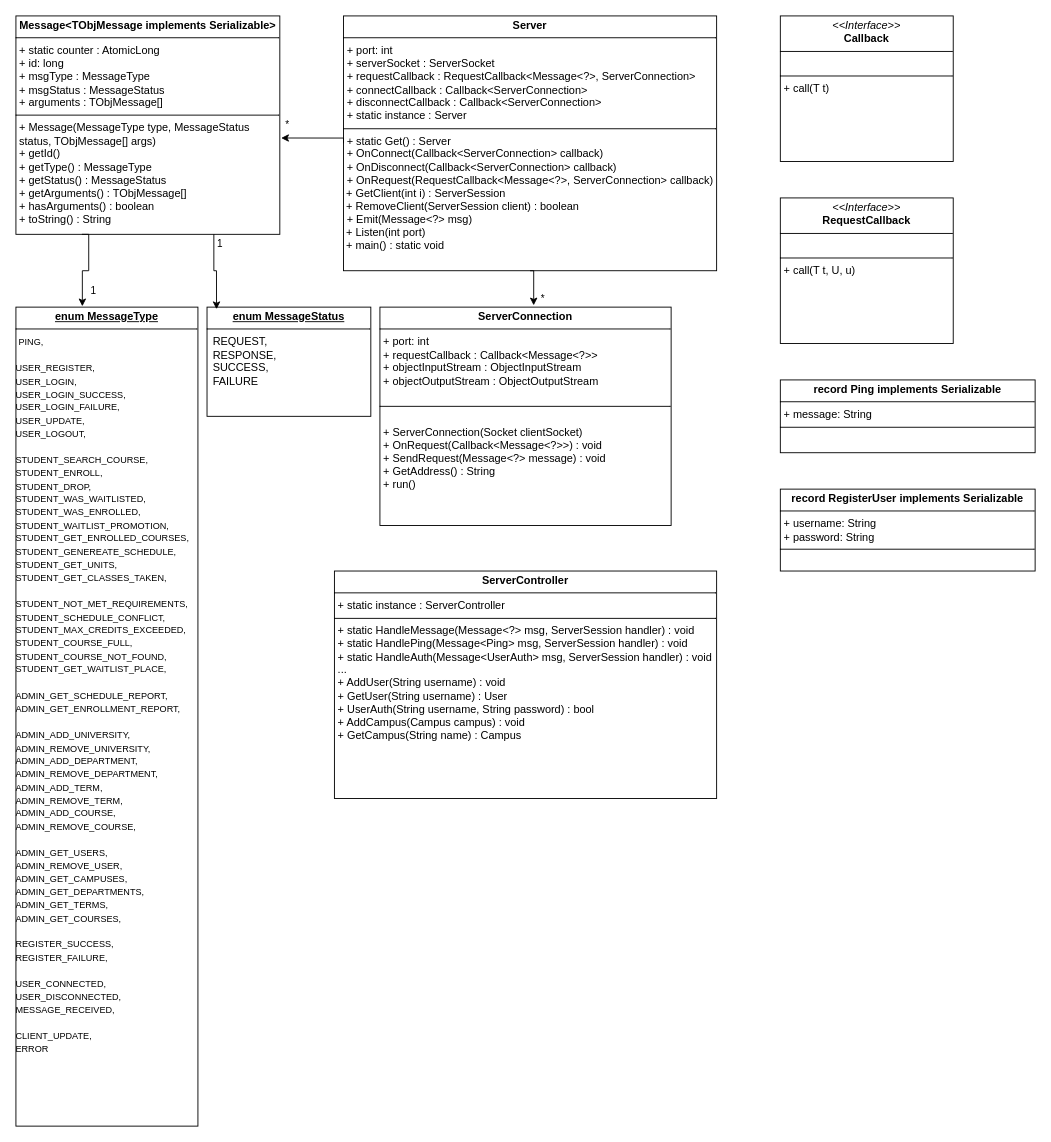
This is documentation/ServerSocketUML.drawio from stephkno/CourseTrack, a draw.io file, before an edit. Source tidied: cells renumbered, new cells numbered last; positions are measured from the earlier drawing's top-left corner, leaving out a move shared by most shapes. Both pictures are drawn from the tidied source at 91%, with x=0, y=0 at pixel (15, 15).
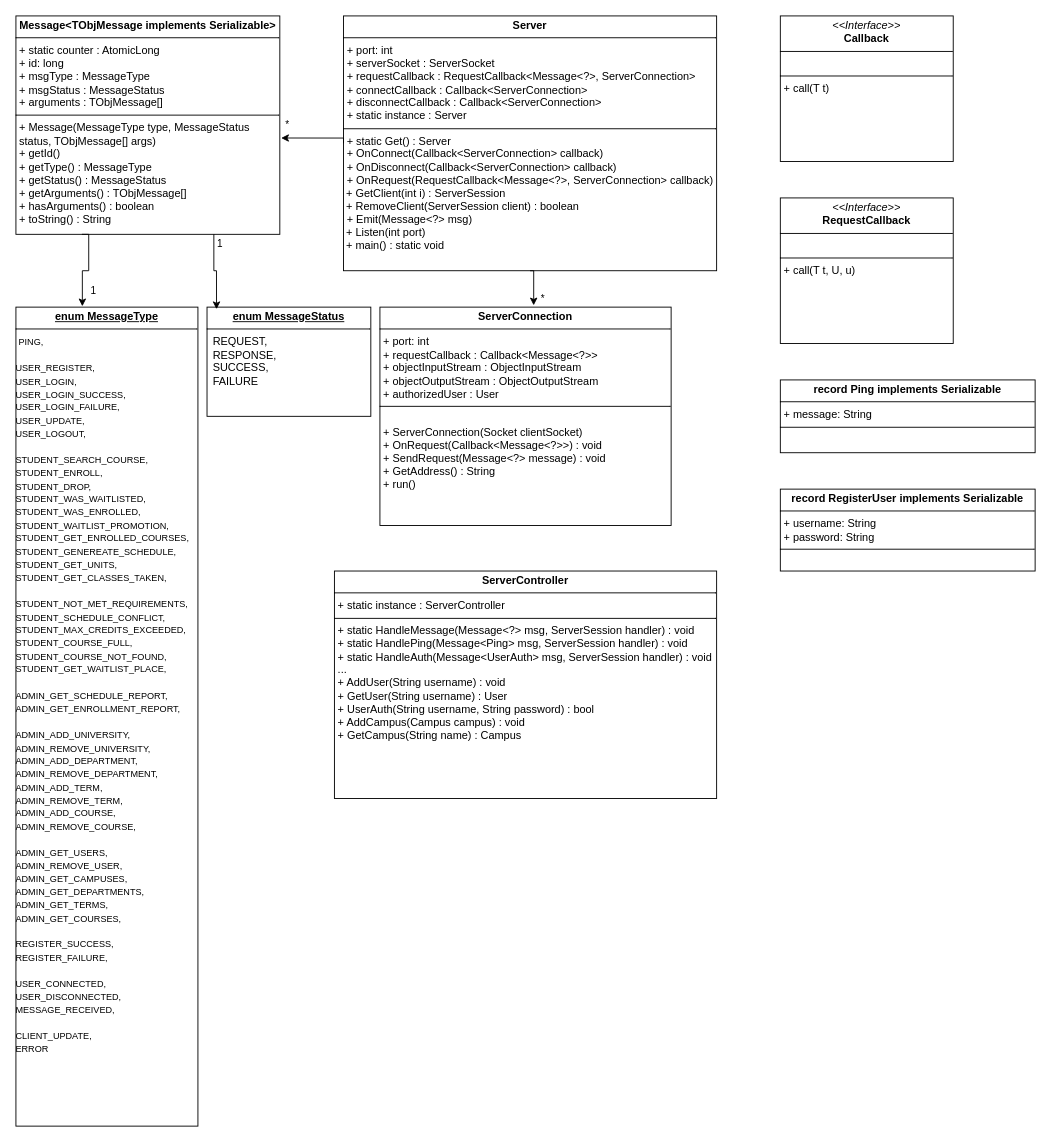
The same page after the edit.

Commit message:
Quick last-minute update UML

What changed in the source:
```diff
@@
-    <mxCell id="4" value="&lt;p style=&quot;margin:0px;margin-top:4px;text-align:center;&quot;&gt;&lt;b&gt;ServerConnection&lt;/b&gt;&lt;/p&gt;&lt;hr size=&quot;1&quot; style=&quot;border-style:solid;&quot;&gt;&lt;p style=&quot;margin:0px;margin-left:4px;&quot;&gt;+ port: int&lt;/p&gt;&lt;p style=&quot;margin:0px;margin-left:4px;&quot;&gt;+ requestCallback : Callback&amp;lt;Message&amp;lt;?&amp;gt;&amp;gt;&lt;/p&gt;&lt;p style=&quot;margin:0px;margin-left:4px;&quot;&gt;+ objectInputStream : ObjectInputStream&lt;/p&gt;&lt;p style=&quot;margin:0px;margin-left:4px;&quot;&gt;+ objectOutputStream : ObjectOutputStream&lt;/p&gt;&lt;p style=&quot;margin:0px;margin-left:4px;&quot;&gt;&lt;br&gt;&lt;/p&gt;&lt;hr size=&quot;1&quot; style=&quot;border-style:solid;&quot;&gt;&lt;p style=&quot;margin:0px;margin-left:4px;&quot;&gt;&lt;br&gt;&lt;/p&gt;&lt;p style=&quot;margin:0px;margin-left:4px;&quot;&gt;+ ServerConnection(Socket clientSocket)&lt;/p&gt;&lt;p style=&quot;margin:0px;margin-left:4px;&quot;&gt;+ OnRequest(Callback&amp;lt;Message&amp;lt;?&amp;gt;&amp;gt;) : void&lt;/p&gt;&lt;p style=&quot;margin:0px;margin-left:4px;&quot;&gt;+ SendRequest(Message&amp;lt;?&amp;gt; message) : void&lt;/p&gt;&lt;p style=&quot;margin:0px;margin-left:4px;&quot;&gt;+ GetAddress() : String&lt;/p&gt;&lt;p style=&quot;margin:0px;margin-left:4px;&quot;&gt;+ run()&lt;/p&gt;" style="verticalAlign=top;align=left;overflow=fill;html=1;whiteSpace=wrap;" parent="1" vertex="1">
+    <mxCell id="4" value="&lt;p style=&quot;margin:0px;margin-top:4px;text-align:center;&quot;&gt;&lt;b&gt;ServerConnection&lt;/b&gt;&lt;/p&gt;&lt;hr size=&quot;1&quot; style=&quot;border-style:solid;&quot;&gt;&lt;p style=&quot;margin:0px;margin-left:4px;&quot;&gt;+ port: int&lt;/p&gt;&lt;p style=&quot;margin:0px;margin-left:4px;&quot;&gt;+ requestCallback : Callback&amp;lt;Message&amp;lt;?&amp;gt;&amp;gt;&lt;/p&gt;&lt;p style=&quot;margin:0px;margin-left:4px;&quot;&gt;+ objectInputStream : ObjectInputStream&lt;/p&gt;&lt;p style=&quot;margin:0px;margin-left:4px;&quot;&gt;+ objectOutputStream : ObjectOutputStream&lt;/p&gt;&lt;p style=&quot;margin:0px;margin-left:4px;&quot;&gt;+ authorizedUser : User&lt;/p&gt;&lt;hr size=&quot;1&quot; style=&quot;border-style:solid;&quot;&gt;&lt;p style=&quot;margin:0px;margin-left:4px;&quot;&gt;&lt;br&gt;&lt;/p&gt;&lt;p style=&quot;margin:0px;margin-left:4px;&quot;&gt;+ ServerConnection(Socket clientSocket)&lt;/p&gt;&lt;p style=&quot;margin:0px;margin-left:4px;&quot;&gt;+ OnRequest(Callback&amp;lt;Message&amp;lt;?&amp;gt;&amp;gt;) : void&lt;/p&gt;&lt;p style=&quot;margin:0px;margin-left:4px;&quot;&gt;+ SendRequest(Message&amp;lt;?&amp;gt; message) : void&lt;/p&gt;&lt;p style=&quot;margin:0px;margin-left:4px;&quot;&gt;+ GetAddress() : String&lt;/p&gt;&lt;p style=&quot;margin:0px;margin-left:4px;&quot;&gt;+ run()&lt;/p&gt;" style="verticalAlign=top;align=left;overflow=fill;html=1;whiteSpace=wrap;" parent="1" vertex="1">
       <mxGeometry x="400" y="320" width="320" height="240" as="geometry" />
     </mxCell>
```
